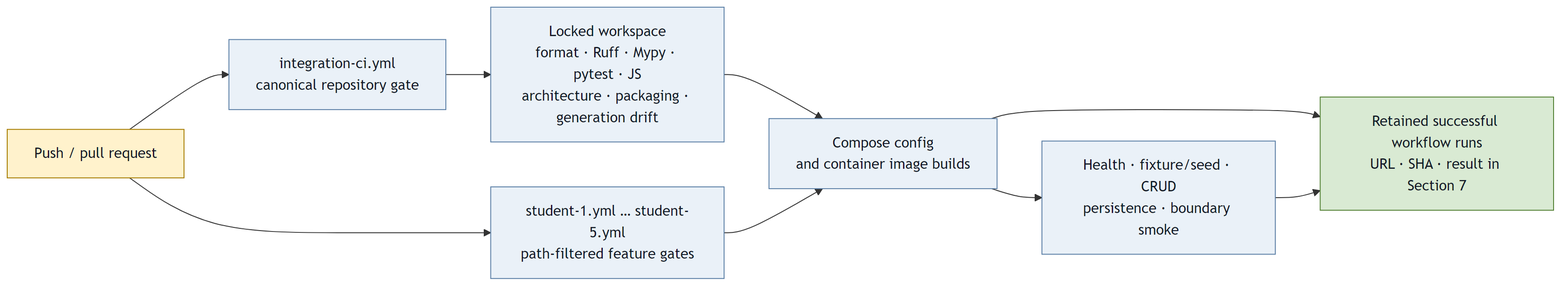
The Mermaid diagram docs/reports/assets/release-0/devops-pipeline.png in MattShelton04/41026ASDProject, before a commit. Its source is kept beside it as docs/reports/diagrams/release-0/devops-pipeline.mmd.
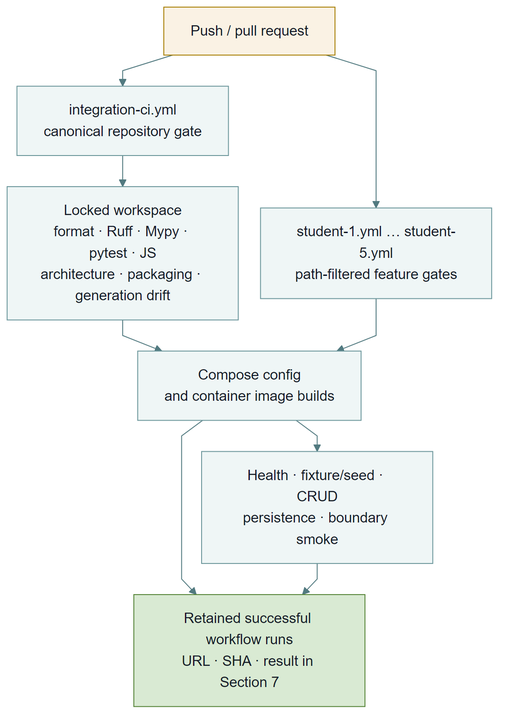
After the change.

What changed in the source:
```diff
@@ -1,4 +1,5 @@
-flowchart LR
+%%{init: {"theme":"base","themeVariables":{"fontFamily":"Arial","fontSize":"16px","primaryColor":"#eff6f6","primaryBorderColor":"#6b969b","primaryTextColor":"#153e46","lineColor":"#527a80","secondaryColor":"#f4f6f8","tertiaryColor":"#ffffff"},"flowchart":{"curve":"linear","nodeSpacing":25,"rankSpacing":35}}}%%
+flowchart TB
     change["Push / pull request"]
     integration["integration-ci.yml<br/>canonical repository gate"]
     students["student-1.yml … student-5.yml<br/>path-filtered feature gates"]
@@ -11,8 +12,8 @@
     change --> integration --> quality --> compose --> evidence
     change --> students --> compose --> smoke --> evidence
 
-    classDef trigger fill:#fff2cc,stroke:#a67c00,color:#111827;
-    classDef gate fill:#eaf1f8,stroke:#5b7fa6,color:#111827;
+    classDef trigger fill:#faf2e4,stroke:#a67c00,color:#111827;
+    classDef gate fill:#eff6f6,stroke:#6b969b,color:#111827;
     classDef proof fill:#d9ead3,stroke:#548235,color:#111827;
     class change trigger;
     class integration,students,quality,compose,smoke gate;
```
